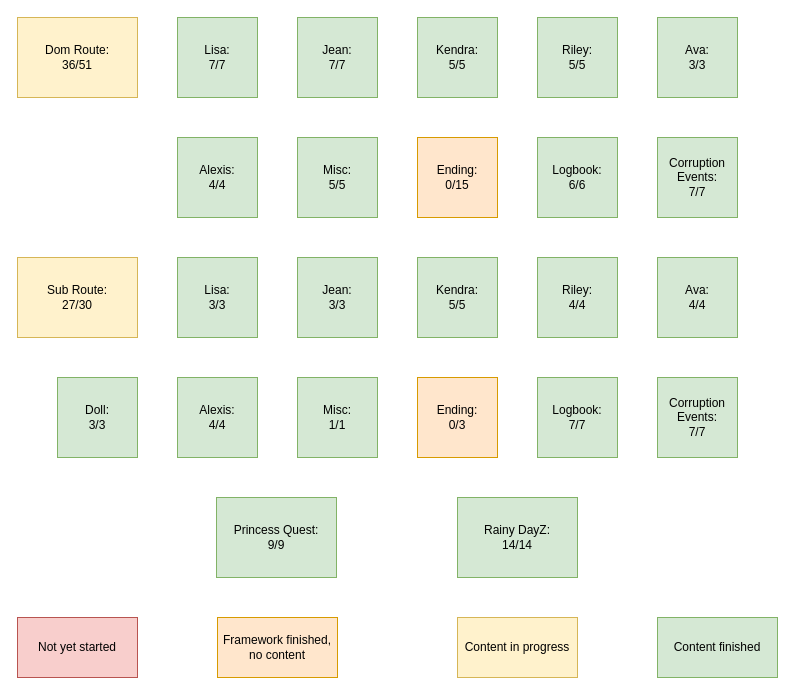
The draw.io diagram Human Alteration App/scripts/gamefiles/Untitled Diagram.drawio in NoodleJacuzzi/noodlejacuzzi.github.io, before the edit. Source tidied: cells renumbered, new cells numbered last; positions are measured from the earlier drawing's top-left corner, leaving out a move shared by most shapes. Both pictures are drawn from the tidied source at 100%, with x=0, y=0 at pixel (17, 17).
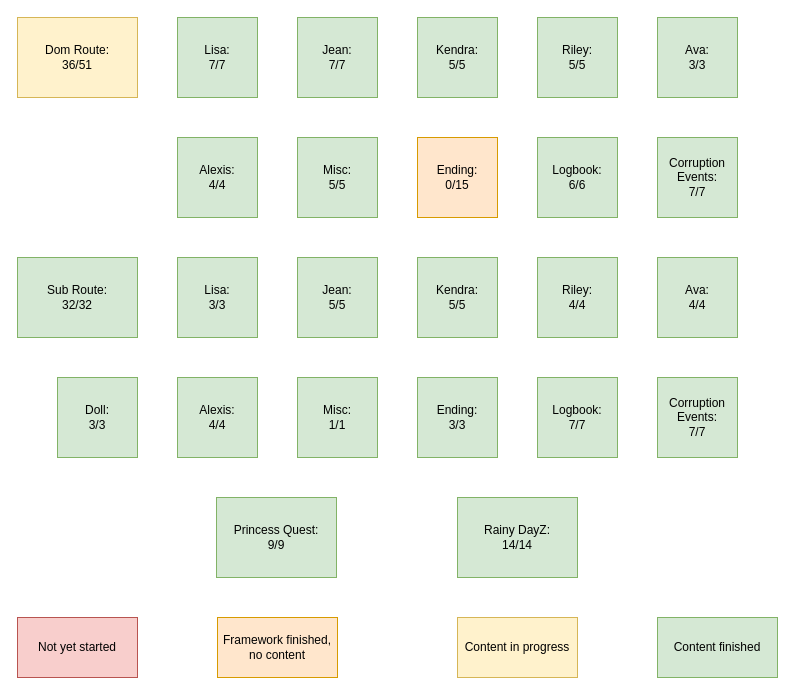
The same diagram, later.

What changed in the source:
```diff
@@
-    <mxCell id="9" value="&lt;div&gt;Sub Route:&lt;/div&gt;&lt;div&gt;27/30&lt;br&gt;&lt;/div&gt;" style="rounded=0;whiteSpace=wrap;html=1;fillColor=#fff2cc;strokeColor=#d6b656;" parent="1" vertex="1">
+    <mxCell id="9" value="&lt;div&gt;Sub Route:&lt;/div&gt;&lt;div&gt;32/32&lt;br&gt;&lt;/div&gt;" style="rounded=0;whiteSpace=wrap;html=1;fillColor=#d5e8d4;strokeColor=#82b366;" parent="1" vertex="1">
       <mxGeometry y="240" width="120" height="80" as="geometry" />
     </mxCell>
@@
-    <mxCell id="13" value="&lt;div&gt;Jean:&lt;/div&gt;&lt;div&gt;3/3&lt;br&gt;&lt;/div&gt;" style="rounded=0;whiteSpace=wrap;html=1;fillColor=#d5e8d4;strokeColor=#82b366;" parent="1" vertex="1">
+    <mxCell id="13" value="&lt;div&gt;Jean:&lt;/div&gt;&lt;div&gt;5/5&lt;br&gt;&lt;/div&gt;" style="rounded=0;whiteSpace=wrap;html=1;fillColor=#d5e8d4;strokeColor=#82b366;" parent="1" vertex="1">
       <mxGeometry x="280" y="240" width="80" height="80" as="geometry" />
     </mxCell>
@@
-    <mxCell id="30" value="&lt;div&gt;Ending:&lt;/div&gt;&lt;div&gt;0/3&lt;/div&gt;" style="rounded=0;whiteSpace=wrap;html=1;fillColor=#ffe6cc;strokeColor=#d79b00;" parent="1" vertex="1">
+    <mxCell id="30" value="&lt;div&gt;Ending:&lt;/div&gt;&lt;div&gt;3/3&lt;/div&gt;" style="rounded=0;whiteSpace=wrap;html=1;fillColor=#d5e8d4;strokeColor=#82b366;" parent="1" vertex="1">
       <mxGeometry x="400" y="360" width="80" height="80" as="geometry" />
     </mxCell>
```
